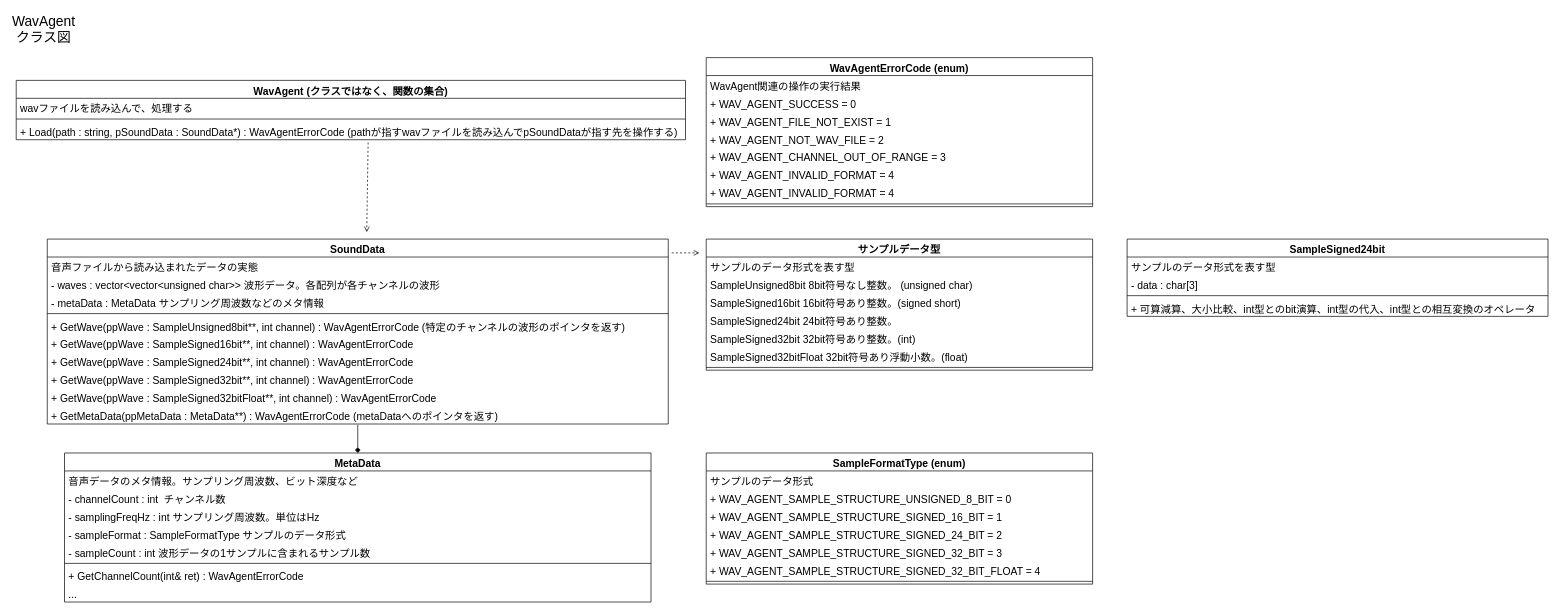
Earlier version of the draw.io diagram design/WavAgentClassDiagram.drawio (Dumble009/WavAgent). Source tidied: cells renumbered, new cells numbered last; positions are measured from the earlier drawing's top-left corner, leaving out a move shared by most shapes. Both pictures are drawn from the tidied source at 69%, with x=0, y=0 at pixel (16, 18).
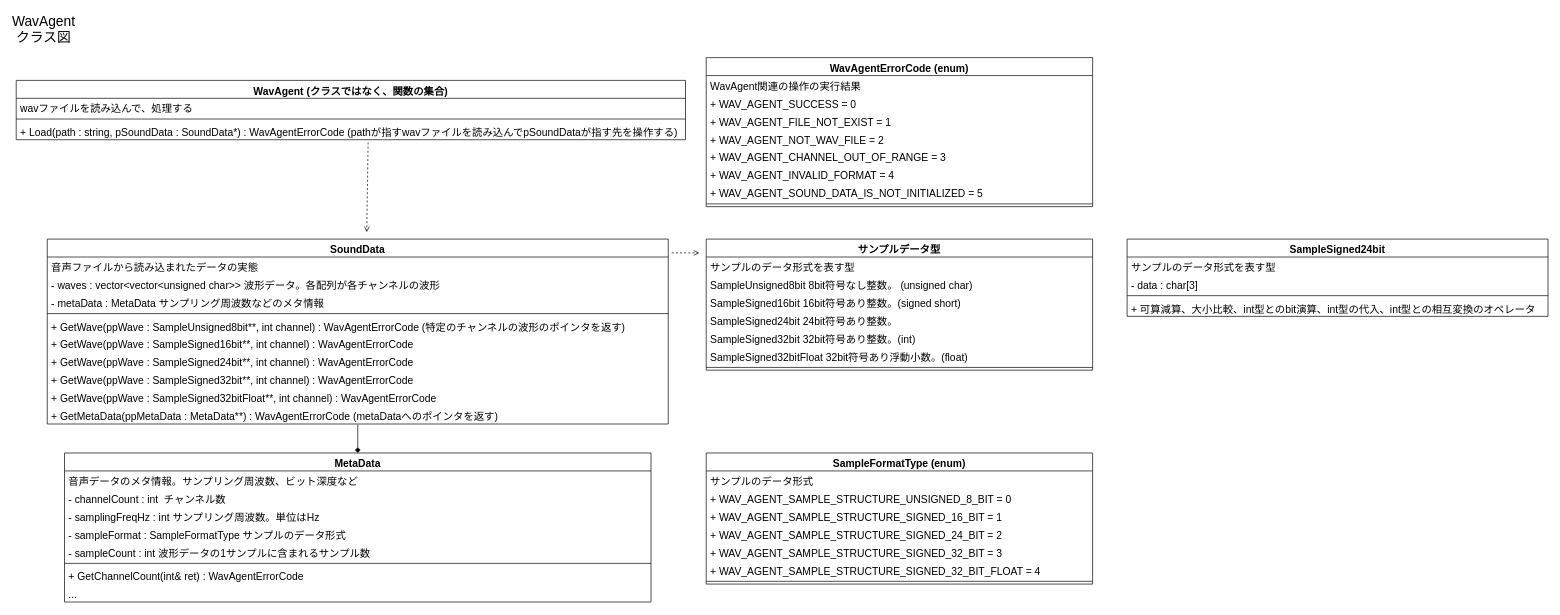
The same page after the edit.

Unchanged cells that the change refers to:
```xml
<mxCell id="29" value="WavAgentErrorCode (enum)" style="swimlane;fontStyle=1;align=center;verticalAlign=top;horizontal=1;startSize=26;fontSize=15;" parent="1" vertex="1">
  <mxGeometry x="1000" y="57" width="560" height="216" as="geometry" />
</mxCell>
```

Change to the diagram source:
```diff
@@
-    <mxCell id="36" value="+ WAV_AGENT_INVALID_FORMAT = 4" style="text;strokeColor=none;fillColor=none;align=left;verticalAlign=top;spacingLeft=4;spacingRight=4;overflow=hidden;fontSize=15;" parent="29" vertex="1">
+    <mxCell id="36" value="+ WAV_AGENT_SOUND_DATA_IS_NOT_INITIALIZED = 5" style="text;strokeColor=none;fillColor=none;align=left;verticalAlign=top;spacingLeft=4;spacingRight=4;overflow=hidden;fontSize=15;" parent="29" vertex="1">
       <mxGeometry y="182" width="560" height="26" as="geometry" />
     </mxCell>
```
